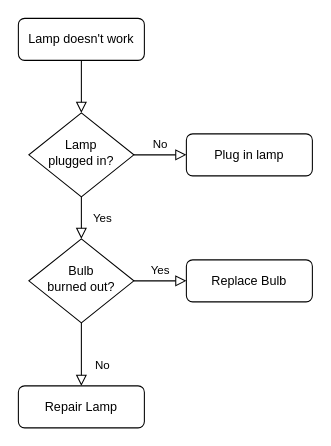
Earlier version of the draw.io diagram Untitled Diagram.drawio (chr3st5an/Pythagorean). Source tidied: cells renumbered, new cells numbered last; positions are measured from the earlier drawing's top-left corner, leaving out a move shared by most shapes. Both pictures are drawn from the tidied source at 105%, with x=0, y=0 at pixel (18, 18).
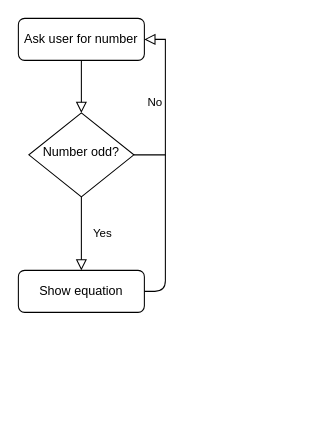
Above is the later version.

Change to the diagram source:
```diff
@@
 <mxGraphModel>
   <root>
     <mxCell id="0" />
     <mxCell id="1" parent="0" />
     <mxCell id="2" style="rounded=0;html=1;jettySize=auto;fontSize=11;endArrow=block;endFill=0;endSize=8;strokeWidth=1;shadow=0;labelBackgroundColor=none;edgeStyle=orthogonalEdgeStyle;" parent="1" edge="1" source="3" target="6">
       <mxGeometry relative="1" as="geometry" />
     </mxCell>
-    <mxCell id="3" value="Lamp doesn't work" style="rounded=1;whiteSpace=wrap;html=1;fontSize=12;glass=0;strokeWidth=1;shadow=0;" parent="1" vertex="1">
+    <mxCell id="3" value="Ask user for number" style="rounded=1;whiteSpace=wrap;html=1;fontSize=12;glass=0;strokeWidth=1;shadow=0;" parent="1" vertex="1">
       <mxGeometry width="120" height="40" as="geometry" />
     </mxCell>
-    <mxCell id="4" value="Yes" style="rounded=0;html=1;jettySize=auto;fontSize=11;endArrow=block;endFill=0;endSize=8;strokeWidth=1;shadow=0;labelBackgroundColor=none;edgeStyle=orthogonalEdgeStyle;" parent="1" edge="1" source="6" target="10">
+    <mxCell id="4" value="Yes" style="rounded=0;html=1;jettySize=auto;fontSize=11;endArrow=block;endFill=0;endSize=8;strokeWidth=1;shadow=0;labelBackgroundColor=none;edgeStyle=orthogonalEdgeStyle;" parent="1" edge="1" source="6" target="11">
       <mxGeometry y="20" relative="1" as="geometry" />
     </mxCell>
-    <mxCell id="5" value="No" style="edgeStyle=orthogonalEdgeStyle;rounded=0;html=1;jettySize=auto;fontSize=11;endArrow=block;endFill=0;endSize=8;strokeWidth=1;shadow=0;labelBackgroundColor=none;" parent="1" edge="1" source="6" target="7">
-      <mxGeometry y="10" relative="1" as="geometry" />
+    <mxCell id="5" value="No" style="edgeStyle=orthogonalEdgeStyle;rounded=0;html=1;jettySize=auto;fontSize=11;endArrow=block;endFill=0;endSize=8;strokeWidth=1;shadow=0;labelBackgroundColor=none;entryX=1;entryY=0.5;entryDx=0;entryDy=0;" parent="1" edge="1" source="6" target="3">
+      <mxGeometry y="10" relative="1" as="geometry">
+        <Array as="points">
+          <mxPoint x="140" y="130" />
+          <mxPoint x="140" y="20" />
+        </Array>
+      </mxGeometry>
     </mxCell>
-    <mxCell id="6" value="Lamp&lt;br&gt;plugged in?" style="rhombus;whiteSpace=wrap;html=1;shadow=0;fontFamily=Helvetica;fontSize=12;align=center;strokeWidth=1;spacing=6;spacingTop=-4;" parent="1" vertex="1">
+    <mxCell id="6" value="Number odd?" style="rhombus;whiteSpace=wrap;html=1;shadow=0;fontFamily=Helvetica;fontSize=12;align=center;strokeWidth=1;spacing=6;spacingTop=-4;" parent="1" vertex="1">
       <mxGeometry x="10" y="90" width="100" height="80" as="geometry" />
     </mxCell>
-    <mxCell id="7" value="Plug in lamp" style="rounded=1;whiteSpace=wrap;html=1;fontSize=12;glass=0;strokeWidth=1;shadow=0;" parent="1" vertex="1">
-      <mxGeometry x="160" y="110" width="120" height="40" as="geometry" />
-    </mxCell>
-    <mxCell id="8" value="No" style="rounded=0;html=1;jettySize=auto;fontSize=11;endArrow=block;endFill=0;endSize=8;strokeWidth=1;shadow=0;labelBackgroundColor=none;edgeStyle=orthogonalEdgeStyle;" parent="1" edge="1" source="10" target="11">
-      <mxGeometry x="0.33" y="20" relative="1" as="geometry" />
-    </mxCell>
-    <mxCell id="9" value="Yes" style="edgeStyle=orthogonalEdgeStyle;rounded=0;html=1;jettySize=auto;fontSize=11;endArrow=block;endFill=0;endSize=8;strokeWidth=1;shadow=0;labelBackgroundColor=none;" parent="1" edge="1" source="10" target="12">
-      <mxGeometry y="10" relative="1" as="geometry" />
-    </mxCell>
-    <mxCell id="10" value="Bulb&lt;br&gt;burned out?" style="rhombus;whiteSpace=wrap;html=1;shadow=0;fontFamily=Helvetica;fontSize=12;align=center;strokeWidth=1;spacing=6;spacingTop=-4;" parent="1" vertex="1">
-      <mxGeometry x="10" y="210" width="100" height="80" as="geometry" />
-    </mxCell>
-    <mxCell id="11" value="Repair Lamp" style="rounded=1;whiteSpace=wrap;html=1;fontSize=12;glass=0;strokeWidth=1;shadow=0;" parent="1" vertex="1">
-      <mxGeometry y="350" width="120" height="40" as="geometry" />
+    <mxCell id="11" value="Show equation" style="rounded=1;whiteSpace=wrap;html=1;fontSize=12;glass=0;strokeWidth=1;shadow=0;" parent="1" vertex="1">
+      <mxGeometry y="240" width="120" height="40" as="geometry" />
     </mxCell>
-    <mxCell id="12" value="Replace Bulb" style="rounded=1;whiteSpace=wrap;html=1;fontSize=12;glass=0;strokeWidth=1;shadow=0;" parent="1" vertex="1">
-      <mxGeometry x="160" y="230" width="120" height="40" as="geometry" />
-    </mxCell>
+    <mxCell id="13" style="endArrow=none;html=1;exitX=1;exitY=0.5;exitDx=0;exitDy=0;" parent="1" edge="1" source="11">
+      <mxGeometry relative="1" as="geometry">
+        <mxPoint x="140" y="130" as="targetPoint" />
+        <Array as="points">
+          <mxPoint x="140" y="260" />
+        </Array>
+      </mxGeometry>
+    </mxCell>
   </root>
 </mxGraphModel>
```
